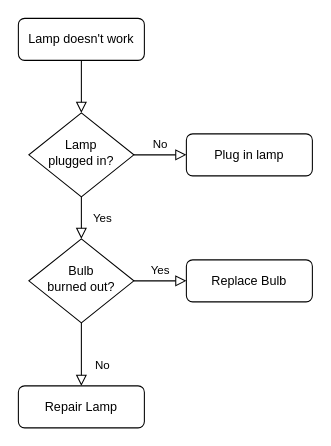
Above: Untitled Diagram.drawio in lizewhy/drools (draw.io), before the change. Source tidied: cells renumbered, new cells numbered last; positions are measured from the earlier drawing's top-left corner, leaving out a move shared by most shapes. Both pictures are drawn from the tidied source at 105%, with x=0, y=0 at pixel (18, 18).
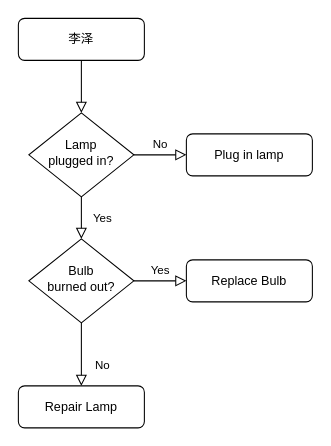
Above is the later version.

Diff of the diagram source:
```diff
@@
 <mxGraphModel>
   <root>
     <mxCell id="0" />
     <mxCell id="1" parent="0" />
     <mxCell id="2" style="rounded=0;html=1;jettySize=auto;fontSize=11;endArrow=block;endFill=0;endSize=8;strokeWidth=1;shadow=0;labelBackgroundColor=none;edgeStyle=orthogonalEdgeStyle;" parent="1" edge="1" source="3" target="6">
       <mxGeometry relative="1" as="geometry" />
     </mxCell>
-    <mxCell id="3" value="Lamp doesn't work" style="rounded=1;whiteSpace=wrap;html=1;fontSize=12;glass=0;strokeWidth=1;shadow=0;" parent="1" vertex="1">
+    <mxCell id="3" value="李泽" style="rounded=1;whiteSpace=wrap;html=1;fontSize=12;glass=0;strokeWidth=1;shadow=0;" parent="1" vertex="1">
       <mxGeometry width="120" height="40" as="geometry" />
     </mxCell>
     <mxCell id="4" value="Yes" style="rounded=0;html=1;jettySize=auto;fontSize=11;endArrow=block;endFill=0;endSize=8;strokeWidth=1;shadow=0;labelBackgroundColor=none;edgeStyle=orthogonalEdgeStyle;" parent="1" edge="1" source="6" target="10">
       <mxGeometry y="20" relative="1" as="geometry" />
     </mxCell>
     <mxCell id="5" value="No" style="edgeStyle=orthogonalEdgeStyle;rounded=0;html=1;jettySize=auto;fontSize=11;endArrow=block;endFill=0;endSize=8;strokeWidth=1;shadow=0;labelBackgroundColor=none;" parent="1" edge="1" source="6" target="7">
       <mxGeometry y="10" relative="1" as="geometry" />
     </mxCell>
     <mxCell id="6" value="Lamp&lt;br&gt;plugged in?" style="rhombus;whiteSpace=wrap;html=1;shadow=0;fontFamily=Helvetica;fontSize=12;align=center;strokeWidth=1;spacing=6;spacingTop=-4;" parent="1" vertex="1">
       <mxGeometry x="10" y="90" width="100" height="80" as="geometry" />
     </mxCell>
     <mxCell id="7" value="Plug in lamp" style="rounded=1;whiteSpace=wrap;html=1;fontSize=12;glass=0;strokeWidth=1;shadow=0;" parent="1" vertex="1">
       <mxGeometry x="160" y="110" width="120" height="40" as="geometry" />
     </mxCell>
     <mxCell id="8" value="No" style="rounded=0;html=1;jettySize=auto;fontSize=11;endArrow=block;endFill=0;endSize=8;strokeWidth=1;shadow=0;labelBackgroundColor=none;edgeStyle=orthogonalEdgeStyle;" parent="1" edge="1" source="10" target="11">
       <mxGeometry x="0.33" y="20" relative="1" as="geometry" />
     </mxCell>
     <mxCell id="9" value="Yes" style="edgeStyle=orthogonalEdgeStyle;rounded=0;html=1;jettySize=auto;fontSize=11;endArrow=block;endFill=0;endSize=8;strokeWidth=1;shadow=0;labelBackgroundColor=none;" parent="1" edge="1" source="10" target="12">
       <mxGeometry y="10" relative="1" as="geometry" />
     </mxCell>
     <mxCell id="10" value="Bulb&lt;br&gt;burned out?" style="rhombus;whiteSpace=wrap;html=1;shadow=0;fontFamily=Helvetica;fontSize=12;align=center;strokeWidth=1;spacing=6;spacingTop=-4;" parent="1" vertex="1">
       <mxGeometry x="10" y="210" width="100" height="80" as="geometry" />
     </mxCell>
     <mxCell id="11" value="Repair Lamp" style="rounded=1;whiteSpace=wrap;html=1;fontSize=12;glass=0;strokeWidth=1;shadow=0;" parent="1" vertex="1">
       <mxGeometry y="350" width="120" height="40" as="geometry" />
     </mxCell>
     <mxCell id="12" value="Replace Bulb" style="rounded=1;whiteSpace=wrap;html=1;fontSize=12;glass=0;strokeWidth=1;shadow=0;" parent="1" vertex="1">
       <mxGeometry x="160" y="230" width="120" height="40" as="geometry" />
     </mxCell>
   </root>
 </mxGraphModel>
```
